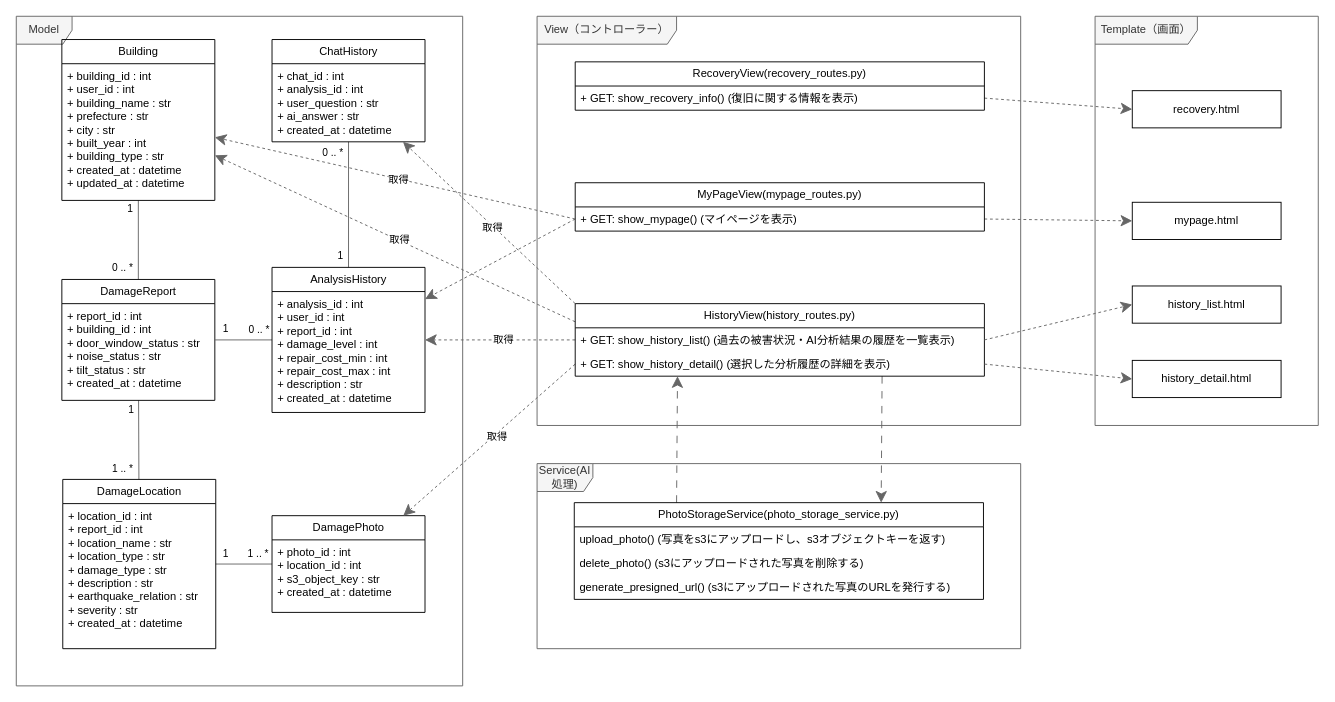
Above: page "確認／履歴" (4 of 5) of 20_システム設計書/図25_クラス.drawio in Kotarou-Tanoue/tanouesoftware (draw.io), before the change. Source tidied: cells renumbered, new cells numbered last; positions are measured from the earlier drawing's top-left corner, leaving out a move shared by most shapes. Both pictures are drawn from the tidied source at 93%, with x=0, y=0 at pixel (16, 16).
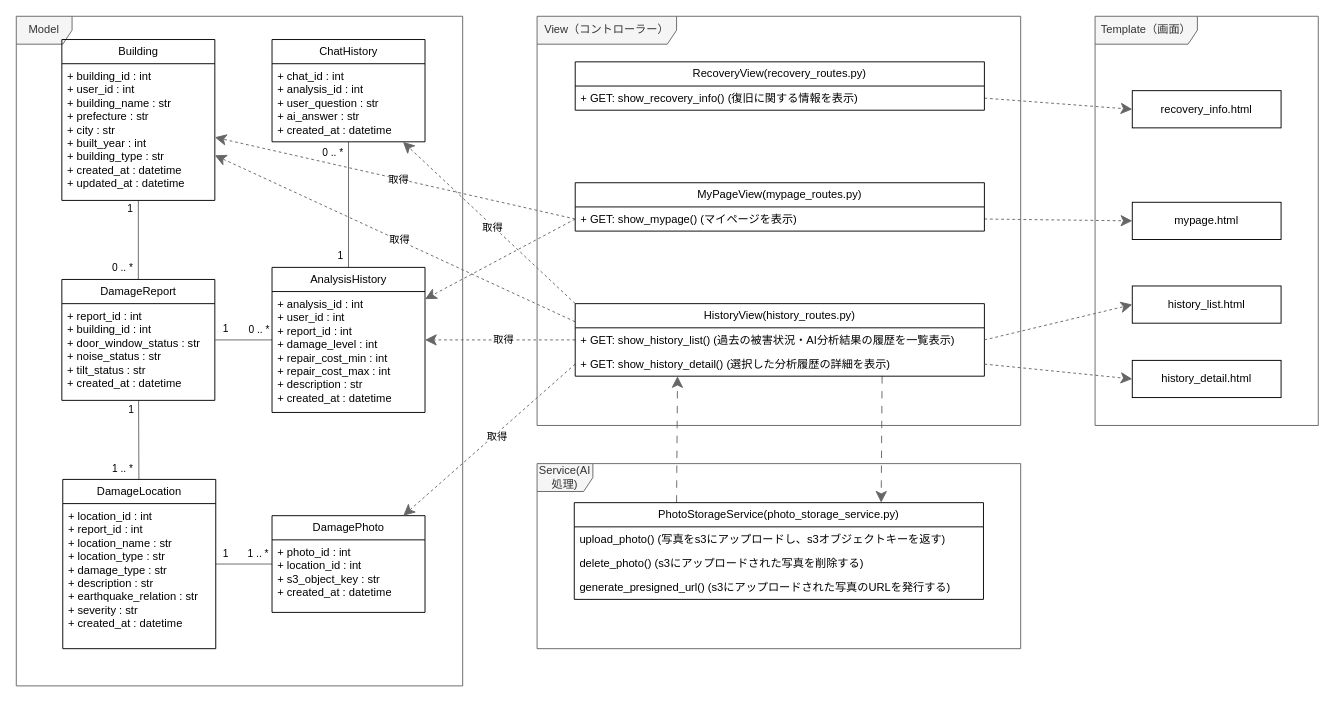
The same page after the edit.

The edit, as a diff of the source:
```diff
@@
-    <mxCell id="54" value="recovery.html" style="html=1;whiteSpace=wrap;" parent="1" vertex="1">
+    <mxCell id="54" value="recovery_info.html" style="html=1;whiteSpace=wrap;" parent="1" vertex="1">
       <mxGeometry x="1200" y="80" width="160" height="40" as="geometry" />
     </mxCell>
```
